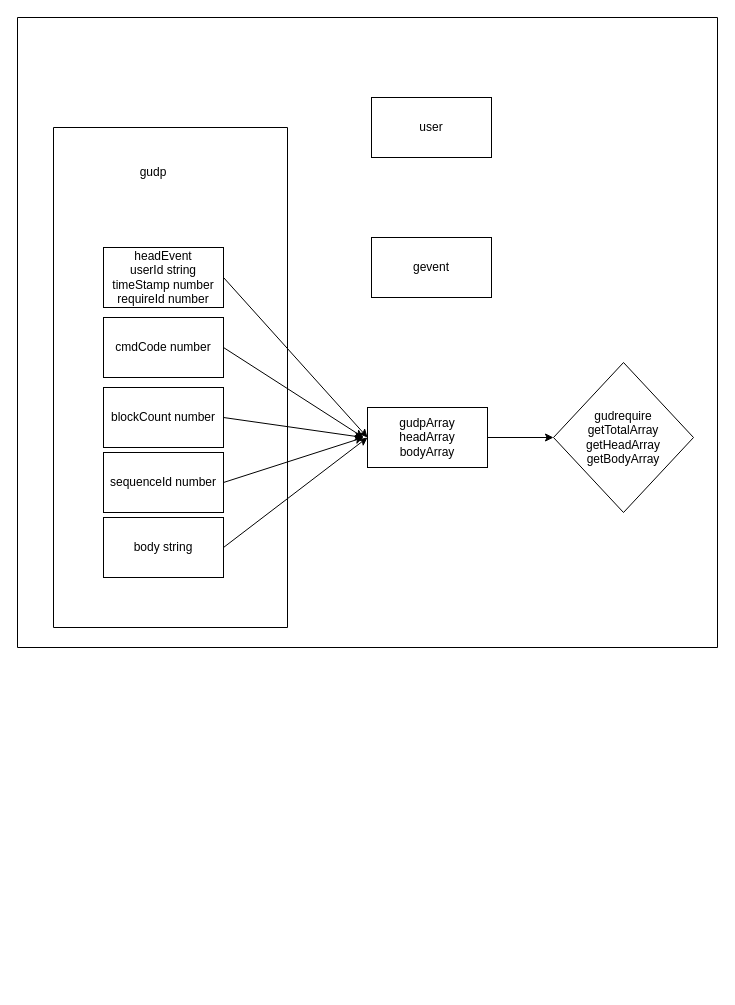
This is Untitled Diagram.drawio from 605682883/flowPhoto, a draw.io file, before an edit. Source tidied: cells renumbered, new cells numbered last; positions are measured from the earlier drawing's top-left corner, leaving out a move shared by most shapes. Both pictures are drawn from the tidied source at 100%, with x=0, y=0 at pixel (17, 17).
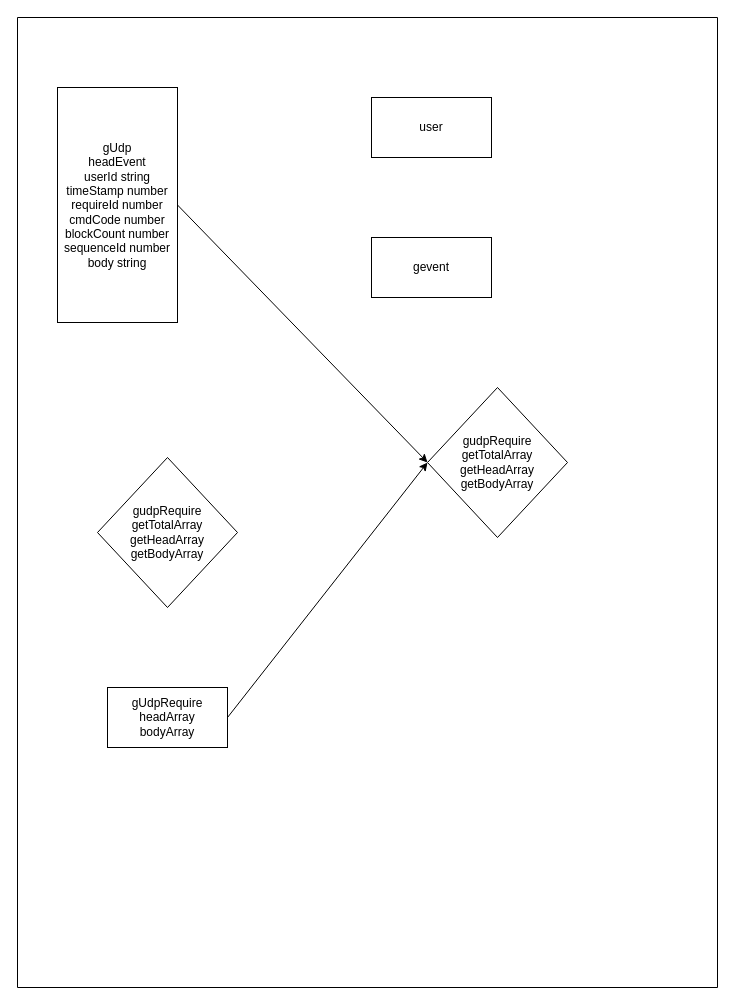
After the change.

Change to the diagram source:
```diff
@@
     <mxCell id="2" style="swimlane;startSize=0;" parent="1" vertex="1">
-      <mxGeometry width="700" height="630" as="geometry" />
+      <mxGeometry width="700" height="970" as="geometry" />
     </mxCell>
-    <mxCell id="3" value="gudrequire&lt;br&gt;getTotalArray&lt;br&gt;getHeadArray&lt;br&gt;getBodyArray" style="rhombus;whiteSpace=wrap;html=1;" parent="2" vertex="1">
-      <mxGeometry x="536" y="345" width="140" height="150" as="geometry" />
+    <mxCell id="3" value="gudpRequire&lt;br&gt;getTotalArray&lt;br&gt;getHeadArray&lt;br&gt;getBodyArray" style="rhombus;whiteSpace=wrap;html=1;" parent="2" vertex="1">
+      <mxGeometry x="410" y="370" width="140" height="150" as="geometry" />
     </mxCell>
@@
-    <mxCell id="5" value="gudpArray&lt;br&gt;headArray&lt;br&gt;bodyArray" style="rounded=0;whiteSpace=wrap;html=1;" parent="2" vertex="1">
-      <mxGeometry x="350" y="390" width="120" height="60" as="geometry" />
+    <mxCell id="5" value="gUdpRequire&lt;br&gt;headArray&lt;br&gt;bodyArray" style="rounded=0;whiteSpace=wrap;html=1;" parent="2" vertex="1">
+      <mxGeometry x="90" y="670" width="120" height="60" as="geometry" />
     </mxCell>
@@
-    <mxCell id="8" style="endArrow=classic;html=1;rounded=0;exitX=1;exitY=0.5;exitDx=0;exitDy=0;entryX=0;entryY=0.5;entryDx=0;entryDy=0;" parent="2" edge="1" source="11" target="5">
-      <mxGeometry relative="1" as="geometry" />
-    </mxCell>
-    <mxCell id="9" style="endArrow=classic;html=1;rounded=0;exitX=1;exitY=0.5;exitDx=0;exitDy=0;entryX=0;entryY=0.5;entryDx=0;entryDy=0;" parent="2" edge="1" source="15" target="5">
-      <mxGeometry relative="1" as="geometry" />
-    </mxCell>
-    <mxCell id="10" style="swimlane;startSize=0;" parent="2" vertex="1">
-      <mxGeometry x="36" y="110" width="234" height="500" as="geometry" />
-    </mxCell>
-    <mxCell id="11" value="headEvent&lt;br&gt;userId string&lt;br&gt;timeStamp number&lt;br&gt;requireId number" style="rounded=0;whiteSpace=wrap;html=1;" parent="10" vertex="1">
-      <mxGeometry x="50" y="120" width="120" height="60" as="geometry" />
-    </mxCell>
-    <mxCell id="12" value="cmdCode number" style="rounded=0;whiteSpace=wrap;html=1;" parent="10" vertex="1">
-      <mxGeometry x="50" y="190" width="120" height="60" as="geometry" />
-    </mxCell>
-    <mxCell id="13" value="blockCount number" style="rounded=0;whiteSpace=wrap;html=1;" parent="10" vertex="1">
-      <mxGeometry x="50" y="260" width="120" height="60" as="geometry" />
-    </mxCell>
+    <mxCell id="19" style="endArrow=classic;html=1;rounded=0;exitX=1;exitY=0.5;exitDx=0;exitDy=0;entryX=0;entryY=0.5;entryDx=0;entryDy=0;" parent="2" edge="1" source="14" target="3">
+      <mxGeometry relative="1" as="geometry" />
+    </mxCell>
-    <mxCell id="14" value="sequenceId number" style="rounded=0;whiteSpace=wrap;html=1;" parent="10" vertex="1">
-      <mxGeometry x="50" y="325" width="120" height="60" as="geometry" />
+    <mxCell id="14" value="gUdp&lt;br&gt;headEvent&lt;br&gt;userId string&lt;br&gt;timeStamp number&lt;br&gt;requireId number&lt;br&gt;cmdCode number&lt;br&gt;blockCount number&lt;br&gt;sequenceId number&lt;br&gt;body string" style="rounded=0;whiteSpace=wrap;html=1;" parent="2" vertex="1">
+      <mxGeometry x="40" y="70" width="120" height="235" as="geometry" />
     </mxCell>
-    <mxCell id="15" value="body string" style="rounded=0;whiteSpace=wrap;html=1;" parent="10" vertex="1">
-      <mxGeometry x="50" y="390" width="120" height="60" as="geometry" />
-    </mxCell>
-    <mxCell id="16" value="gudp" style="text;html=1;strokeColor=none;fillColor=none;align=center;verticalAlign=middle;whiteSpace=wrap;rounded=0;" parent="10" vertex="1">
-      <mxGeometry x="70" y="30" width="60" height="30" as="geometry" />
-    </mxCell>
-    <mxCell id="17" style="endArrow=classic;html=1;rounded=0;exitX=1;exitY=0.5;exitDx=0;exitDy=0;" parent="1" edge="1" source="12">
-      <mxGeometry relative="1" as="geometry">
-        <mxPoint x="346" y="420" as="targetPoint" />
-      </mxGeometry>
-    </mxCell>
-    <mxCell id="18" style="endArrow=classic;html=1;rounded=0;exitX=1;exitY=0.5;exitDx=0;exitDy=0;" parent="1" edge="1" source="13">
-      <mxGeometry relative="1" as="geometry">
-        <mxPoint x="346" y="420" as="targetPoint" />
-      </mxGeometry>
-    </mxCell>
-    <mxCell id="19" style="endArrow=classic;html=1;rounded=0;exitX=1;exitY=0.5;exitDx=0;exitDy=0;" parent="1" edge="1" source="14">
-      <mxGeometry relative="1" as="geometry">
-        <mxPoint x="346" y="420" as="targetPoint" />
-      </mxGeometry>
-    </mxCell>
+    <mxCell id="20" value="gudpRequire&lt;br&gt;getTotalArray&lt;br&gt;getHeadArray&lt;br&gt;getBodyArray" style="rhombus;whiteSpace=wrap;html=1;" parent="2" vertex="1">
+      <mxGeometry x="80" y="440" width="140" height="150" as="geometry" />
+    </mxCell>
```
